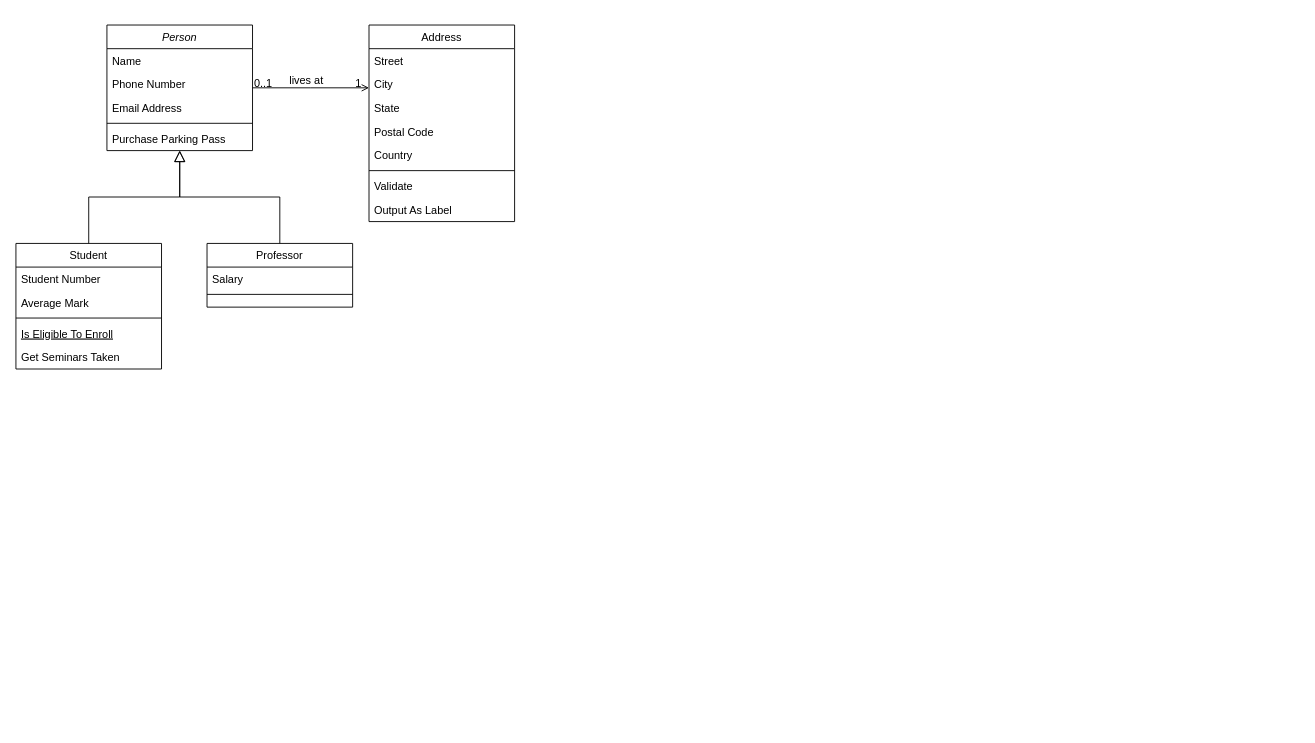
This is Inventory_Data_Structure.drawio from hu4nana/ClassIdeas, a draw.io file, before an edit. Source tidied: cells renumbered, new cells numbered last; positions are measured from the earlier drawing's top-left corner, leaving out a move shared by most shapes. Both pictures are drawn from the tidied source at 91%, with x=0, y=0 at pixel (15, 25).
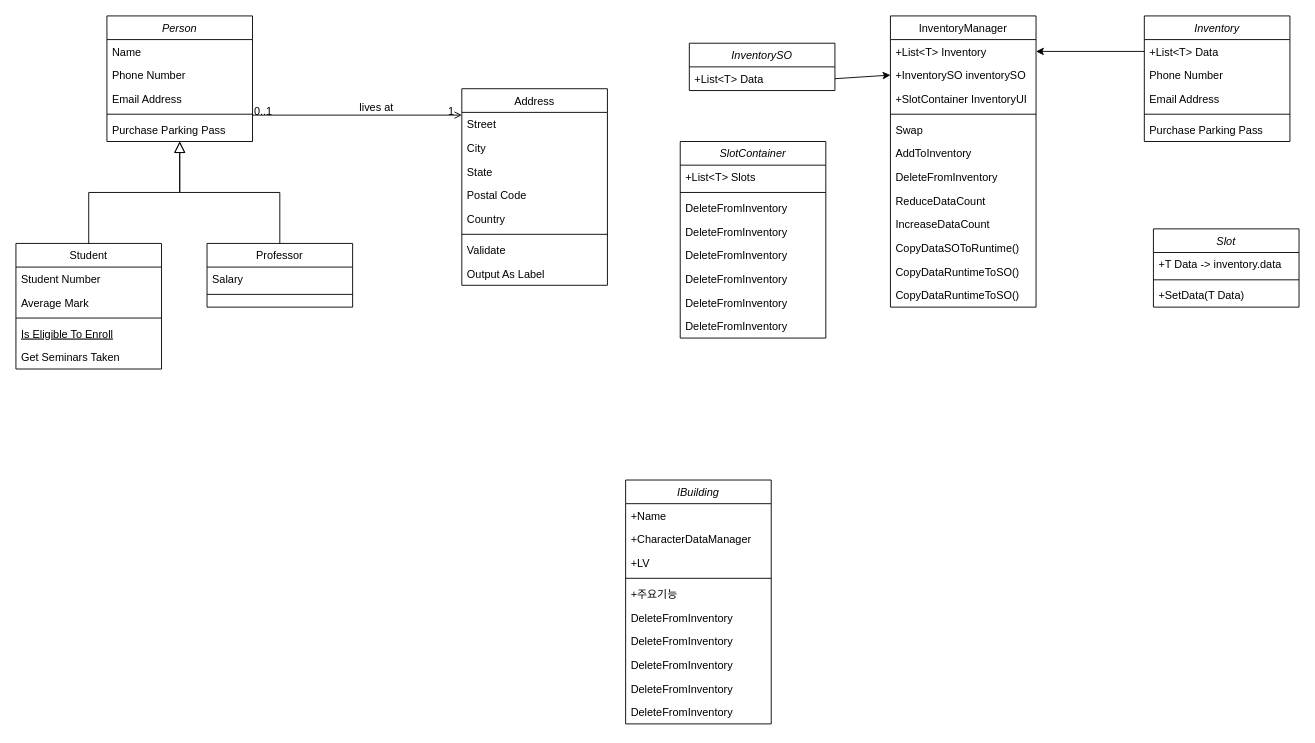
After the change.

Change to the diagram source:
```diff
@@
     <mxCell id="2" value="Person" style="swimlane;fontStyle=2;align=center;verticalAlign=top;horizontal=1;startSize=26;rounded=0;shadow=0;strokeWidth=1;" parent="1" vertex="1">
-      <mxGeometry x="100" width="160" height="138" as="geometry" />
+      <mxGeometry x="100" y="-10" width="160" height="138" as="geometry" />
     </mxCell>
@@
     <mxCell id="19" value="Address" style="swimlane;fontStyle=0;align=center;verticalAlign=top;horizontal=1;startSize=26;rounded=0;shadow=0;strokeWidth=1;" parent="1" vertex="1">
-      <mxGeometry x="388" width="160" height="216" as="geometry" />
+      <mxGeometry x="490" y="70" width="160" height="216" as="geometry" />
     </mxCell>
@@
+    <mxCell id="32" value="Inventory" style="swimlane;fontStyle=2;align=center;verticalAlign=top;horizontal=1;startSize=26;rounded=0;shadow=0;strokeWidth=1;" parent="1" vertex="1">
+      <mxGeometry x="1240" y="-10" width="160" height="138" as="geometry" />
+    </mxCell>
+    <mxCell id="33" value="+List&lt;T&gt; Data" style="text;align=left;verticalAlign=top;spacingLeft=4;spacingRight=4;overflow=hidden;points=[[0,0.5],[1,0.5]];portConstraint=eastwest;" parent="32" vertex="1">
+      <mxGeometry y="26" width="160" height="26" as="geometry" />
+    </mxCell>
+    <mxCell id="34" value="Phone Number" style="text;align=left;verticalAlign=top;spacingLeft=4;spacingRight=4;overflow=hidden;rounded=0;shadow=0;html=0;" parent="32" vertex="1">
+      <mxGeometry y="52" width="160" height="26" as="geometry" />
+    </mxCell>
+    <mxCell id="35" value="Email Address" style="text;align=left;verticalAlign=top;spacingLeft=4;spacingRight=4;overflow=hidden;rounded=0;shadow=0;html=0;" parent="32" vertex="1">
+      <mxGeometry y="78" width="160" height="26" as="geometry" />
+    </mxCell>
+    <mxCell id="36" style="line;html=1;strokeWidth=1;align=left;verticalAlign=middle;spacingTop=-1;spacingLeft=3;spacingRight=3;labelPosition=right;" parent="32" vertex="1">
+      <mxGeometry y="104" width="160" height="8" as="geometry" />
+    </mxCell>
+    <mxCell id="37" value="Purchase Parking Pass" style="text;align=left;verticalAlign=top;spacingLeft=4;spacingRight=4;overflow=hidden;" parent="32" vertex="1">
+      <mxGeometry y="112" width="160" height="26" as="geometry" />
+    </mxCell>
+    <mxCell id="38" value="InventoryManager" style="swimlane;fontStyle=0;align=center;verticalAlign=top;horizontal=1;startSize=26;rounded=0;shadow=0;strokeWidth=1;" parent="1" vertex="1">
+      <mxGeometry x="961" y="-10" width="160" height="320" as="geometry" />
+    </mxCell>
+    <mxCell id="39" value="+List&lt;T&gt; Inventory" style="text;align=left;verticalAlign=top;spacingLeft=4;spacingRight=4;overflow=hidden;points=[[0,0.5],[1,0.5]];portConstraint=eastwest;" parent="38" vertex="1">
+      <mxGeometry y="26" width="160" height="26" as="geometry" />
+    </mxCell>
+    <mxCell id="40" value="+InventorySO inventorySO" style="text;align=left;verticalAlign=top;spacingLeft=4;spacingRight=4;overflow=hidden;points=[[0,0.5],[1,0.5]];portConstraint=eastwest;rounded=0;shadow=0;html=0;" parent="38" vertex="1">
+      <mxGeometry y="52" width="160" height="26" as="geometry" />
+    </mxCell>
+    <mxCell id="41" value="+SlotContainer InventoryUI" style="text;align=left;verticalAlign=top;spacingLeft=4;spacingRight=4;overflow=hidden;rounded=0;shadow=0;html=0;" parent="38" vertex="1">
+      <mxGeometry y="78" width="160" height="26" as="geometry" />
+    </mxCell>
+    <mxCell id="42" style="line;html=1;strokeWidth=1;align=left;verticalAlign=middle;spacingTop=-1;spacingLeft=3;spacingRight=3;labelPosition=right;" parent="38" vertex="1">
+      <mxGeometry y="104" width="160" height="8" as="geometry" />
+    </mxCell>
+    <mxCell id="43" value="Swap" style="text;align=left;verticalAlign=top;spacingLeft=4;spacingRight=4;overflow=hidden;" parent="38" vertex="1">
+      <mxGeometry y="112" width="160" height="26" as="geometry" />
+    </mxCell>
+    <mxCell id="44" value="AddToInventory" style="text;align=left;verticalAlign=top;spacingLeft=4;spacingRight=4;overflow=hidden;" parent="38" vertex="1">
+      <mxGeometry y="138" width="160" height="26" as="geometry" />
+    </mxCell>
+    <mxCell id="45" value="DeleteFromInventory" style="text;align=left;verticalAlign=top;spacingLeft=4;spacingRight=4;overflow=hidden;" parent="38" vertex="1">
+      <mxGeometry y="164" width="160" height="26" as="geometry" />
+    </mxCell>
+    <mxCell id="46" value="ReduceDataCount" style="text;align=left;verticalAlign=top;spacingLeft=4;spacingRight=4;overflow=hidden;" parent="38" vertex="1">
+      <mxGeometry y="190" width="160" height="26" as="geometry" />
+    </mxCell>
+    <mxCell id="47" value="IncreaseDataCount" style="text;align=left;verticalAlign=top;spacingLeft=4;spacingRight=4;overflow=hidden;" parent="38" vertex="1">
+      <mxGeometry y="216" width="160" height="26" as="geometry" />
+    </mxCell>
+    <mxCell id="48" value="CopyDataSOToRuntime()" style="text;align=left;verticalAlign=top;spacingLeft=4;spacingRight=4;overflow=hidden;" parent="38" vertex="1">
+      <mxGeometry y="242" width="160" height="26" as="geometry" />
+    </mxCell>
+    <mxCell id="49" value="CopyDataRuntimeToSO()" style="text;align=left;verticalAlign=top;spacingLeft=4;spacingRight=4;overflow=hidden;" parent="38" vertex="1">
+      <mxGeometry y="268" width="160" height="26" as="geometry" />
+    </mxCell>
+    <mxCell id="50" value="CopyDataRuntimeToSO()" style="text;align=left;verticalAlign=top;spacingLeft=4;spacingRight=4;overflow=hidden;" parent="38" vertex="1">
+      <mxGeometry y="294" width="160" height="26" as="geometry" />
+    </mxCell>
+    <mxCell id="51" style="endArrow=classic;html=1;rounded=0;exitX=0;exitY=0.5;exitDx=0;exitDy=0;" parent="1" edge="1" source="33" target="39">
+      <mxGeometry relative="1" as="geometry" />
+    </mxCell>
+    <mxCell id="52" value="InventorySO" style="swimlane;fontStyle=2;align=center;verticalAlign=top;horizontal=1;startSize=26;rounded=0;shadow=0;strokeWidth=1;" parent="1" vertex="1">
+      <mxGeometry x="740" y="20" width="160" height="52" as="geometry" />
+    </mxCell>
+    <mxCell id="53" value="+List&lt;T&gt; Data" style="text;align=left;verticalAlign=top;spacingLeft=4;spacingRight=4;overflow=hidden;points=[[0,0.5],[1,0.5]];portConstraint=eastwest;" parent="52" vertex="1">
+      <mxGeometry y="26" width="160" height="26" as="geometry" />
+    </mxCell>
+    <mxCell id="54" style="endArrow=classic;html=1;rounded=0;exitX=1;exitY=0.5;exitDx=0;exitDy=0;entryX=0;entryY=0.5;entryDx=0;entryDy=0;" parent="1" edge="1" source="53" target="40">
+      <mxGeometry relative="1" as="geometry" />
+    </mxCell>
+    <mxCell id="55" value="SlotContainer" style="swimlane;fontStyle=2;align=center;verticalAlign=top;horizontal=1;startSize=26;rounded=0;shadow=0;strokeWidth=1;" parent="1" vertex="1">
+      <mxGeometry x="730" y="128" width="160" height="216" as="geometry" />
+    </mxCell>
+    <mxCell id="56" value="+List&lt;T&gt; Slots" style="text;align=left;verticalAlign=top;spacingLeft=4;spacingRight=4;overflow=hidden;" parent="55" vertex="1">
+      <mxGeometry y="26" width="160" height="26" as="geometry" />
+    </mxCell>
+    <mxCell id="57" style="line;html=1;strokeWidth=1;align=left;verticalAlign=middle;spacingTop=-1;spacingLeft=3;spacingRight=3;labelPosition=right;" parent="55" vertex="1">
+      <mxGeometry y="52" width="160" height="8" as="geometry" />
+    </mxCell>
+    <mxCell id="58" value="DeleteFromInventory" style="text;align=left;verticalAlign=top;spacingLeft=4;spacingRight=4;overflow=hidden;" parent="55" vertex="1">
+      <mxGeometry y="60" width="160" height="26" as="geometry" />
+    </mxCell>
+    <mxCell id="59" value="DeleteFromInventory" style="text;align=left;verticalAlign=top;spacingLeft=4;spacingRight=4;overflow=hidden;" parent="55" vertex="1">
+      <mxGeometry y="86" width="160" height="26" as="geometry" />
+    </mxCell>
+    <mxCell id="60" value="DeleteFromInventory" style="text;align=left;verticalAlign=top;spacingLeft=4;spacingRight=4;overflow=hidden;" parent="55" vertex="1">
+      <mxGeometry y="112" width="160" height="26" as="geometry" />
+    </mxCell>
+    <mxCell id="61" value="DeleteFromInventory" style="text;align=left;verticalAlign=top;spacingLeft=4;spacingRight=4;overflow=hidden;" parent="55" vertex="1">
+      <mxGeometry y="138" width="160" height="26" as="geometry" />
+    </mxCell>
+    <mxCell id="62" value="DeleteFromInventory" style="text;align=left;verticalAlign=top;spacingLeft=4;spacingRight=4;overflow=hidden;" parent="55" vertex="1">
+      <mxGeometry y="164" width="160" height="26" as="geometry" />
+    </mxCell>
+    <mxCell id="63" value="DeleteFromInventory" style="text;align=left;verticalAlign=top;spacingLeft=4;spacingRight=4;overflow=hidden;" parent="55" vertex="1">
+      <mxGeometry y="190" width="160" height="26" as="geometry" />
+    </mxCell>
+    <mxCell id="64" value="Slot" style="swimlane;fontStyle=2;align=center;verticalAlign=top;horizontal=1;startSize=26;rounded=0;shadow=0;strokeWidth=1;" parent="1" vertex="1">
+      <mxGeometry x="1250" y="224" width="160" height="86" as="geometry" />
+    </mxCell>
+    <mxCell id="65" value="+T Data -&gt; inventory.data" style="text;align=left;verticalAlign=top;spacingLeft=4;spacingRight=4;overflow=hidden;" parent="64" vertex="1">
+      <mxGeometry y="26" width="160" height="26" as="geometry" />
+    </mxCell>
+    <mxCell id="66" style="line;html=1;strokeWidth=1;align=left;verticalAlign=middle;spacingTop=-1;spacingLeft=3;spacingRight=3;labelPosition=right;" parent="64" vertex="1">
+      <mxGeometry y="52" width="160" height="8" as="geometry" />
+    </mxCell>
+    <mxCell id="67" value="+SetData(T Data)" style="text;align=left;verticalAlign=top;spacingLeft=4;spacingRight=4;overflow=hidden;" parent="64" vertex="1">
+      <mxGeometry y="60" width="160" height="26" as="geometry" />
+    </mxCell>
+    <mxCell id="68" value="IBuilding" style="swimlane;fontStyle=2;align=center;verticalAlign=top;horizontal=1;startSize=26;rounded=0;shadow=0;strokeWidth=1;" parent="1" vertex="1">
+      <mxGeometry x="670" y="500" width="160" height="268" as="geometry" />
+    </mxCell>
+    <mxCell id="69" value="+Name" style="text;align=left;verticalAlign=top;spacingLeft=4;spacingRight=4;overflow=hidden;" parent="68" vertex="1">
+      <mxGeometry y="26" width="160" height="26" as="geometry" />
+    </mxCell>
+    <mxCell id="70" value="+CharacterDataManager" style="text;align=left;verticalAlign=top;spacingLeft=4;spacingRight=4;overflow=hidden;" parent="68" vertex="1">
+      <mxGeometry y="52" width="160" height="26" as="geometry" />
+    </mxCell>
+    <mxCell id="71" value="+LV" style="text;align=left;verticalAlign=top;spacingLeft=4;spacingRight=4;overflow=hidden;" parent="68" vertex="1">
+      <mxGeometry y="78" width="160" height="26" as="geometry" />
+    </mxCell>
+    <mxCell id="72" style="line;html=1;strokeWidth=1;align=left;verticalAlign=middle;spacingTop=-1;spacingLeft=3;spacingRight=3;labelPosition=right;" parent="68" vertex="1">
+      <mxGeometry y="104" width="160" height="8" as="geometry" />
+    </mxCell>
+    <mxCell id="73" value="+주요기능" style="text;align=left;verticalAlign=top;spacingLeft=4;spacingRight=4;overflow=hidden;" parent="68" vertex="1">
+      <mxGeometry y="112" width="160" height="26" as="geometry" />
+    </mxCell>
+    <mxCell id="74" value="DeleteFromInventory" style="text;align=left;verticalAlign=top;spacingLeft=4;spacingRight=4;overflow=hidden;" parent="68" vertex="1">
+      <mxGeometry y="138" width="160" height="26" as="geometry" />
+    </mxCell>
+    <mxCell id="75" value="DeleteFromInventory" style="text;align=left;verticalAlign=top;spacingLeft=4;spacingRight=4;overflow=hidden;" parent="68" vertex="1">
+      <mxGeometry y="164" width="160" height="26" as="geometry" />
+    </mxCell>
+    <mxCell id="76" value="DeleteFromInventory" style="text;align=left;verticalAlign=top;spacingLeft=4;spacingRight=4;overflow=hidden;" parent="68" vertex="1">
+      <mxGeometry y="190" width="160" height="26" as="geometry" />
+    </mxCell>
+    <mxCell id="77" value="DeleteFromInventory" style="text;align=left;verticalAlign=top;spacingLeft=4;spacingRight=4;overflow=hidden;" parent="68" vertex="1">
+      <mxGeometry y="216" width="160" height="26" as="geometry" />
+    </mxCell>
+    <mxCell id="78" value="DeleteFromInventory" style="text;align=left;verticalAlign=top;spacingLeft=4;spacingRight=4;overflow=hidden;" parent="68" vertex="1">
+      <mxGeometry y="242" width="160" height="26" as="geometry" />
+    </mxCell>
```
